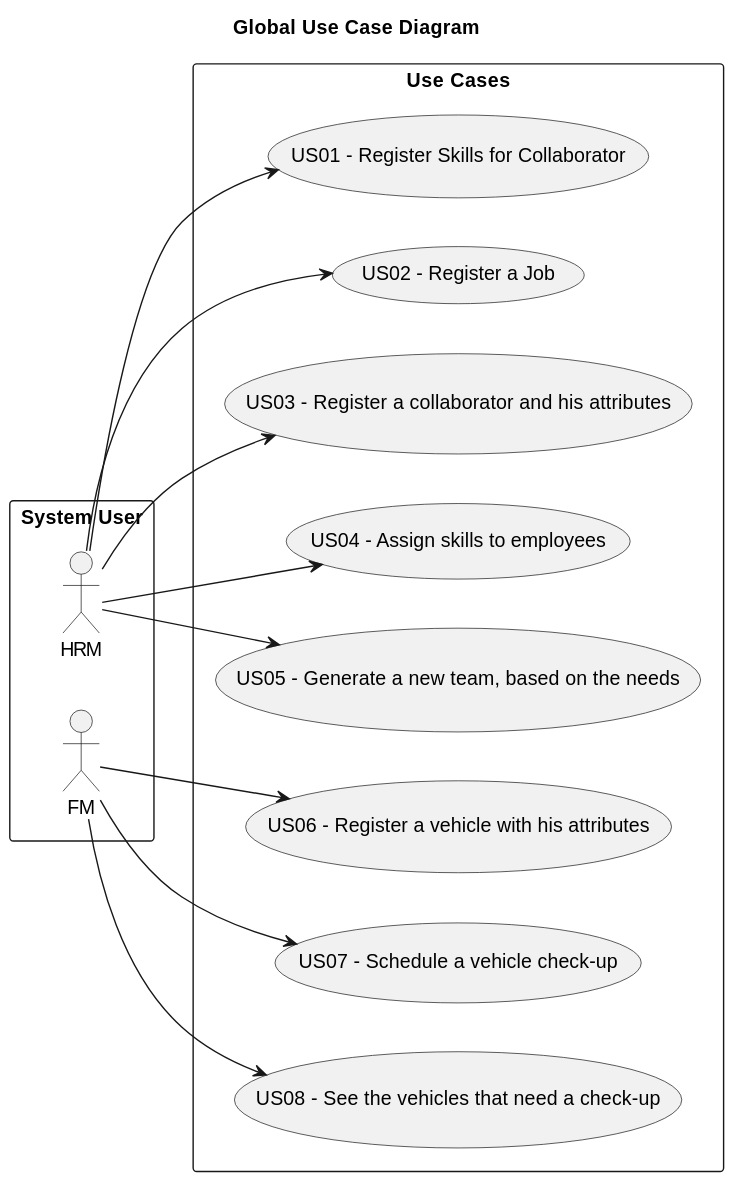
Before: docs/sprintA/global-artifacts/01.requirements-engineering/svg/use-case-diagram.svg, a diagram exported from PlantUML (ricardomm7/leaflink). Its diagram source:
```plantuml
@startuml
skinparam monochrome true
skinparam packageStyle rectangle
skinparam shadowing false

title Global Use Case Diagram

left to right direction

rectangle "System User" as actors {
    actor HRM
    actor FM
}

rectangle "Use Cases" as usecases{
    usecase "US01 - Register Skills for Collaborator" as US01
    HRM --> US01
}

rectangle "Use Cases" as usecases{
    usecase "US02 - Register a Job" as US02
    HRM --> US02
}

rectangle "Use Cases" as usecases{
    usecase "US03 - Register a collaborator and his attributes" as US03
    HRM --> US03
}

rectangle "Use Cases" as usecases{
    usecase "US04 - Assign skills to employees" as US04
    HRM --> US04
}

rectangle "Use Cases" as usecases{
    usecase "US05 - Generate a new team, based on the needs" as US05
    HRM --> US05
}

rectangle "Use Cases" as usecases{
    usecase "US06 - Register a vehicle with his attributes" as US06
    FM --> US06
}

rectangle "Use Cases" as usecases{
    usecase "US07 - Schedule a vehicle check-up" as US07
    FM --> US07
}

rectangle "Use Cases" as usecases{
    usecase "US08 - See the vehicles that need a check-up" as US08
    FM --> US08
}
@enduml
```
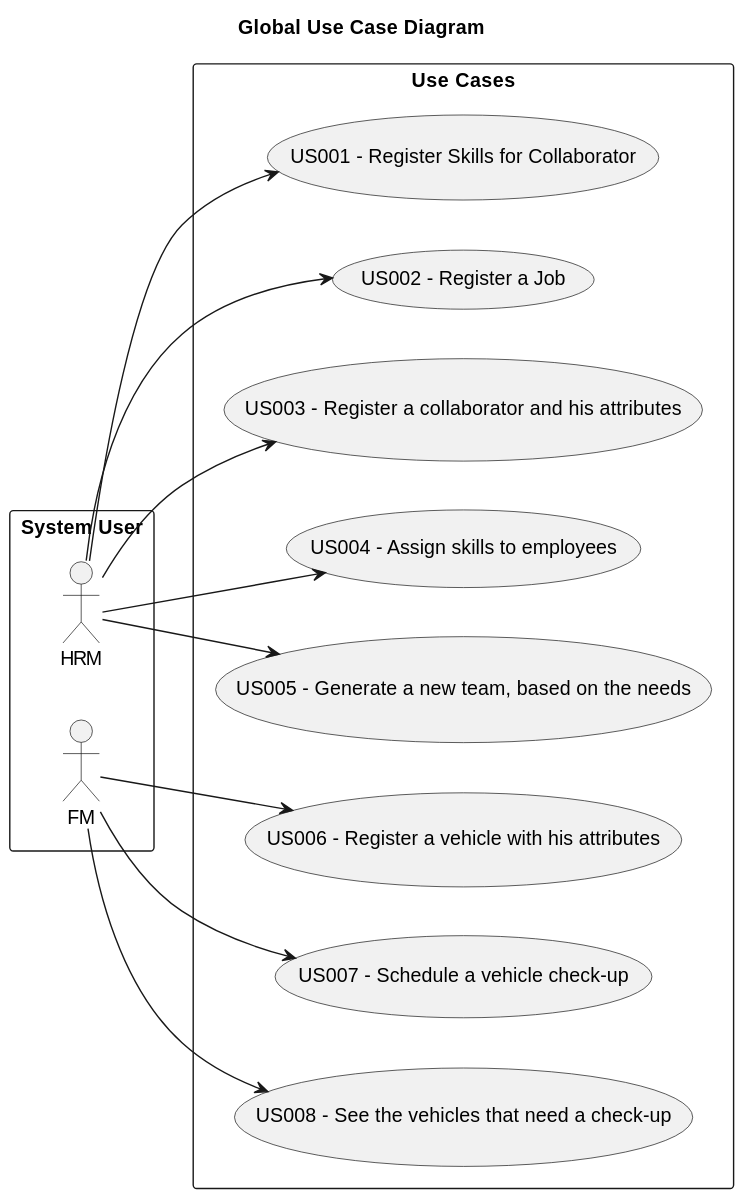
After the commit.

The edit, as a diff of the source:
```diff
@@ -13,42 +13,42 @@
 }
 
 rectangle "Use Cases" as usecases{
-    usecase "US01 - Register Skills for Collaborator" as US01
-    HRM --> US01
+    usecase "US001 - Register Skills for Collaborator" as US001
+    HRM --> US001
 }
 
 rectangle "Use Cases" as usecases{
-    usecase "US02 - Register a Job" as US02
-    HRM --> US02
+    usecase "US002 - Register a Job" as US002
+    HRM --> US002
 }
 
 rectangle "Use Cases" as usecases{
-    usecase "US03 - Register a collaborator and his attributes" as US03
-    HRM --> US03
+    usecase "US003 - Register a collaborator and his attributes" as US003
+    HRM --> US003
 }
 
 rectangle "Use Cases" as usecases{
-    usecase "US04 - Assign skills to employees" as US04
-    HRM --> US04
+    usecase "US004 - Assign skills to employees" as US004
+    HRM --> US004
 }
 
 rectangle "Use Cases" as usecases{
-    usecase "US05 - Generate a new team, based on the needs" as US05
-    HRM --> US05
+    usecase "US005 - Generate a new team, based on the needs" as US005
+    HRM --> US005
 }
 
 rectangle "Use Cases" as usecases{
-    usecase "US06 - Register a vehicle with his attributes" as US06
-    FM --> US06
+    usecase "US006 - Register a vehicle with his attributes" as US006
+    FM --> US006
 }
 
 rectangle "Use Cases" as usecases{
-    usecase "US07 - Schedule a vehicle check-up" as US07
-    FM --> US07
+    usecase "US007 - Schedule a vehicle check-up" as US007
+    FM --> US007
 }
 
 rectangle "Use Cases" as usecases{
-    usecase "US08 - See the vehicles that need a check-up" as US08
-    FM --> US08
+    usecase "US008 - See the vehicles that need a check-up" as US008
+    FM --> US008
 }
 @enduml
```
